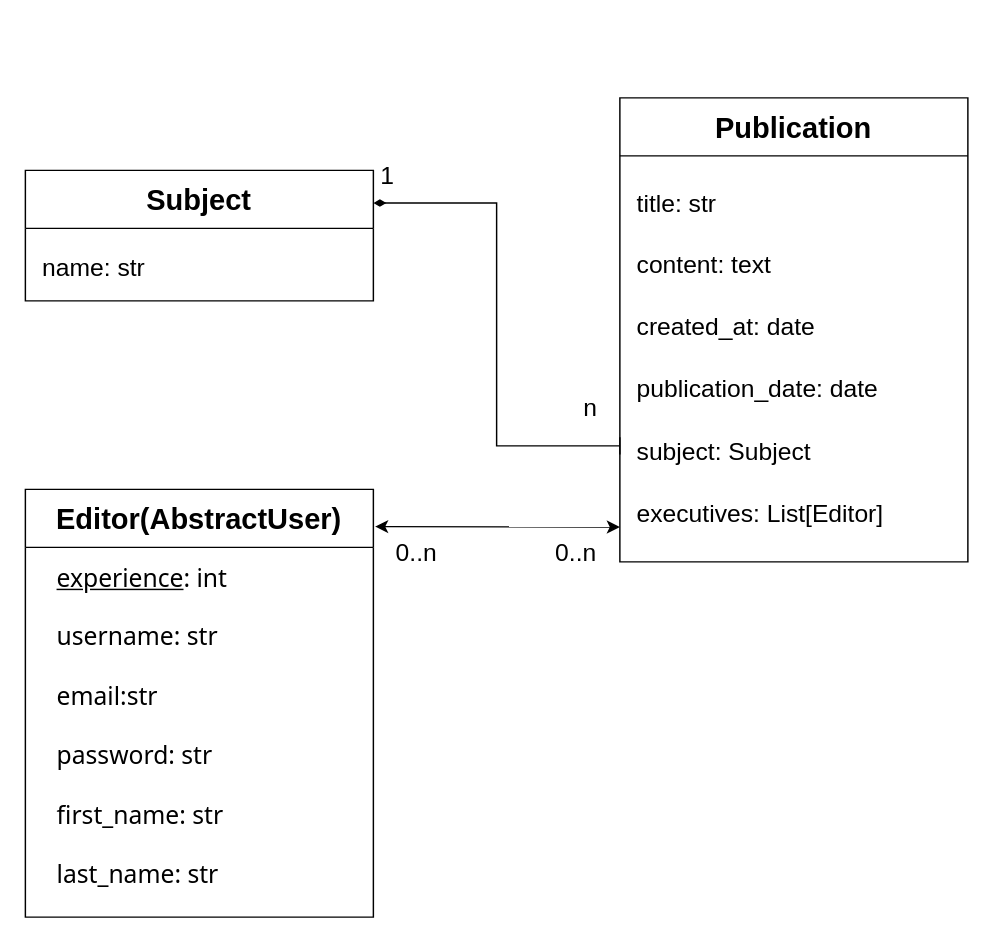
This is news_agency_manager_diagram.drawio from julia4406/news-agency-manager, a draw.io file, before an edit. Source tidied: cells renumbered, new cells numbered last; positions are measured from the earlier drawing's top-left corner, leaving out a move shared by most shapes. Both pictures are drawn from the tidied source at 145%, with x=0, y=0 at pixel (25, 97).
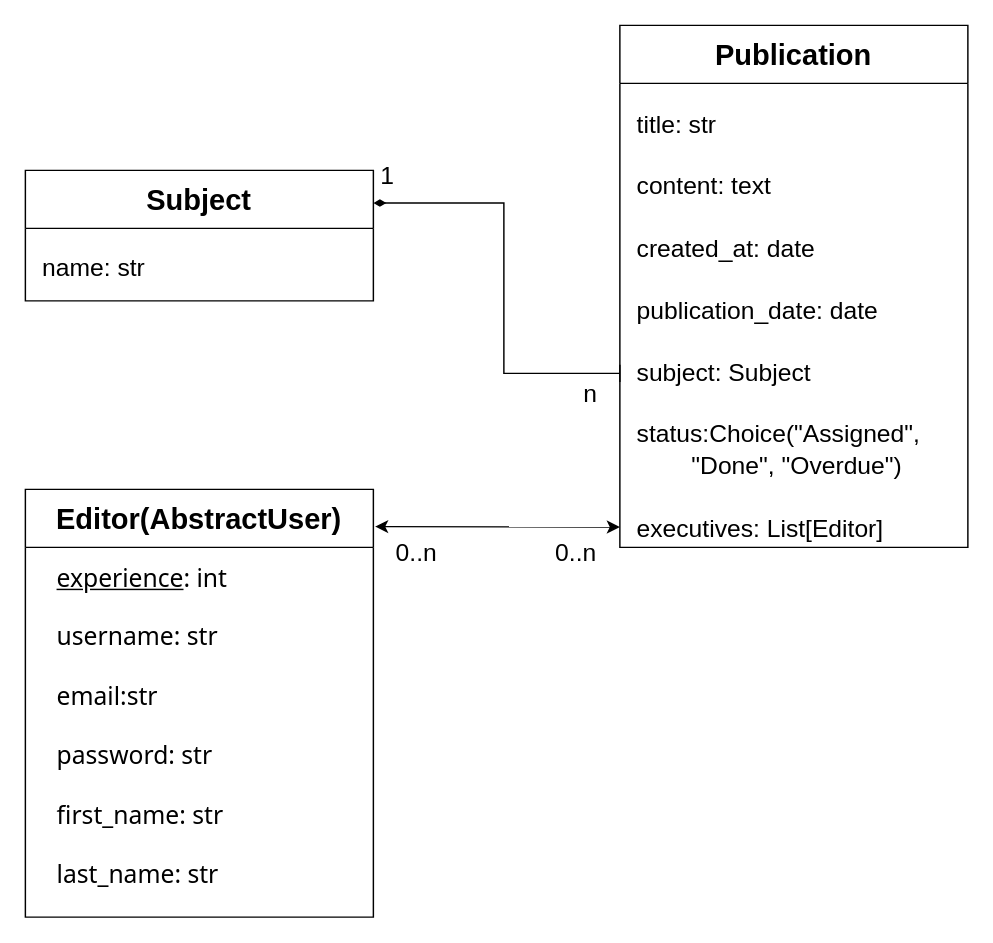
After the change.

The edit, as a diff of the source:
```diff
@@
 <mxGraphModel>
   <root>
     <mxCell id="0" />
     <mxCell id="1" parent="0" />
     <mxCell id="2" value="&lt;font style=&quot;font-size: 20px;&quot;&gt;Publication&lt;/font&gt;" style="swimlane;whiteSpace=wrap;html=1;fontSize=15;startSize=40;" parent="1" vertex="1">
-      <mxGeometry x="410" width="240" height="320" as="geometry" />
+      <mxGeometry x="410" y="-50" width="240" height="360" as="geometry" />
     </mxCell>
-    <mxCell id="3" value="&lt;div align=&quot;left&quot;&gt;&lt;font face=&quot;Helvetica&quot;&gt;title: str&lt;br&gt;&lt;br&gt;&lt;/font&gt;&lt;/div&gt;&lt;div align=&quot;left&quot;&gt;&lt;font face=&quot;Helvetica&quot;&gt;content: text&lt;br&gt;&lt;br&gt;created_at: date&lt;/font&gt;&lt;/div&gt;&lt;div align=&quot;left&quot;&gt;&lt;font face=&quot;Helvetica&quot;&gt;&lt;br&gt;&lt;/font&gt;&lt;/div&gt;&lt;div align=&quot;left&quot;&gt;&lt;font face=&quot;Helvetica&quot;&gt;publication_date: date&lt;br&gt;&lt;br&gt;subject: Subject&lt;br&gt;&lt;br&gt;executives: List[Editor]&lt;/font&gt;&lt;/div&gt;" style="text;html=1;align=left;verticalAlign=bottom;strokeColor=none;fillColor=none;fontSize=17;horizontal=1;fontFamily=Tahoma;" parent="2" vertex="1">
-      <mxGeometry x="10" y="40" width="190" height="260" as="geometry" />
+    <mxCell id="3" value="&lt;div align=&quot;left&quot;&gt;&lt;font face=&quot;Helvetica&quot;&gt;title: str&lt;br&gt;&lt;br&gt;&lt;/font&gt;&lt;/div&gt;&lt;div align=&quot;left&quot;&gt;&lt;font face=&quot;Helvetica&quot;&gt;content: text&lt;br&gt;&lt;br&gt;created_at: date&lt;/font&gt;&lt;/div&gt;&lt;div align=&quot;left&quot;&gt;&lt;font face=&quot;Helvetica&quot;&gt;&lt;br&gt;&lt;/font&gt;&lt;/div&gt;&lt;div align=&quot;left&quot;&gt;&lt;font face=&quot;Helvetica&quot;&gt;publication_date: date&lt;br&gt;&lt;br&gt;subject: Subject&lt;/font&gt;&lt;/div&gt;&lt;div align=&quot;left&quot;&gt;&lt;font face=&quot;Helvetica&quot;&gt;&lt;br&gt;&lt;/font&gt;&lt;/div&gt;&lt;div align=&quot;left&quot;&gt;&lt;font face=&quot;Helvetica&quot;&gt;status:Choice(&quot;Assigned&quot;,&lt;/font&gt;&lt;/div&gt;&lt;div align=&quot;left&quot;&gt;&lt;font face=&quot;Helvetica&quot;&gt;&lt;span style=&quot;white-space: pre;&quot;&gt;&#9;&lt;/span&gt;&quot;Done&quot;, &quot;Overdue&quot;)&lt;br&gt;&lt;br&gt;executives: List[Editor]&lt;/font&gt;&lt;/div&gt;" style="text;html=1;align=left;verticalAlign=bottom;strokeColor=none;fillColor=none;fontSize=17;horizontal=1;fontFamily=Tahoma;" parent="2" vertex="1">
+      <mxGeometry x="10" y="40" width="220" height="320" as="geometry" />
     </mxCell>
     <mxCell id="4" value="&lt;font style=&quot;font-size: 20px;&quot;&gt;Editor(AbstractUser)&lt;/font&gt;" style="swimlane;whiteSpace=wrap;html=1;fontSize=15;startSize=40;" parent="1" vertex="1">
       <mxGeometry y="270" width="240" height="295" as="geometry" />
     </mxCell>
     <mxCell id="5" value="&lt;div&gt;&lt;u&gt;experience&lt;/u&gt;: int&lt;/div&gt;&lt;div&gt;&lt;br&gt;&lt;/div&gt;&lt;div&gt;username: str&lt;/div&gt;&lt;div&gt;&lt;br&gt;&lt;/div&gt;&lt;div&gt;email:str&lt;/div&gt;&lt;div&gt;&lt;br&gt;&lt;/div&gt;&lt;div&gt;password: str&lt;/div&gt;&lt;div&gt;&lt;br&gt;&lt;/div&gt;&lt;div&gt;first_name: str&lt;/div&gt;&lt;div&gt;&lt;br&gt;&lt;/div&gt;&lt;div&gt;last_name: str&lt;/div&gt;" style="text;html=1;align=left;verticalAlign=bottom;strokeColor=none;fillColor=none;fontSize=17;horizontal=1;fontFamily=Tahoma;" parent="4" vertex="1">
       <mxGeometry x="20" y="38" width="130" height="240" as="geometry" />
     </mxCell>
-    <mxCell id="6" style="edgeStyle=orthogonalEdgeStyle;rounded=0;jettySize=auto;html=1;exitX=1;exitY=0.25;exitDx=0;exitDy=0;entryX=0;entryY=0.75;entryDx=0;entryDy=0;strokeWidth=1;startArrow=diamondThin;startFill=1;targetPerimeterSpacing=11;sourcePerimeterSpacing=5;endArrow=baseDash;endFill=0;jumpSize=6;endSize=10;" parent="1" edge="1" source="7" target="2">
-      <mxGeometry relative="1" as="geometry" />
+    <mxCell id="6" style="edgeStyle=orthogonalEdgeStyle;rounded=0;jettySize=auto;html=1;exitX=1;exitY=0.25;exitDx=0;exitDy=0;strokeWidth=1;startArrow=diamondThin;startFill=1;targetPerimeterSpacing=11;sourcePerimeterSpacing=5;endArrow=baseDash;endFill=0;jumpSize=6;endSize=10;" parent="1" edge="1" source="7">
+      <mxGeometry relative="1" as="geometry">
+        <mxPoint x="410" y="190" as="targetPoint" />
+        <Array as="points">
+          <mxPoint x="330" y="73" />
+          <mxPoint x="330" y="190" />
+        </Array>
+      </mxGeometry>
     </mxCell>
     <mxCell id="7" value="Subject" style="swimlane;whiteSpace=wrap;html=1;fontSize=20;startSize=40;" parent="1" vertex="1">
       <mxGeometry y="50" width="240" height="90" as="geometry" />
     </mxCell>
     <mxCell id="8" value="&lt;div align=&quot;left&quot;&gt;&lt;font face=&quot;Helvetica&quot;&gt;name: str&lt;/font&gt;&lt;/div&gt;" style="text;html=1;align=left;verticalAlign=bottom;strokeColor=none;fillColor=none;fontSize=17;horizontal=1;fontFamily=Tahoma;" parent="7" vertex="1">
       <mxGeometry x="10" y="50" width="90" height="30" as="geometry" />
     </mxCell>
     <mxCell id="9" value="&lt;font style=&quot;font-size: 17px;&quot;&gt;1&lt;/font&gt;" style="text;strokeColor=none;align=center;fillColor=none;html=1;verticalAlign=middle;whiteSpace=wrap;rounded=0;" parent="1" vertex="1">
       <mxGeometry x="220" y="40" width="60" height="30" as="geometry" />
     </mxCell>
     <mxCell id="10" style="endArrow=classic;startArrow=classic;html=1;rounded=0;exitX=1.005;exitY=0.087;exitDx=0;exitDy=0;exitPerimeter=0;" parent="1" edge="1" source="4">
       <mxGeometry relative="1" as="geometry">
         <mxPoint x="410" y="296" as="targetPoint" />
       </mxGeometry>
     </mxCell>
     <mxCell id="11" value="&lt;font style=&quot;font-size: 17px;&quot;&gt;0..n&lt;/font&gt;" style="text;strokeColor=none;align=center;fillColor=none;html=1;verticalAlign=middle;whiteSpace=wrap;rounded=0;" parent="1" vertex="1">
       <mxGeometry x="240" y="300" width="60" height="30" as="geometry" />
     </mxCell>
     <mxCell id="12" value="&lt;font style=&quot;font-size: 17px;&quot;&gt;0..n&lt;/font&gt;" style="text;strokeColor=none;align=center;fillColor=none;html=1;verticalAlign=middle;whiteSpace=wrap;rounded=0;" parent="1" vertex="1">
       <mxGeometry x="350" y="300" width="60" height="30" as="geometry" />
     </mxCell>
     <mxCell id="13" value="&lt;font style=&quot;font-size: 17px;&quot;&gt;n&lt;/font&gt;" style="text;strokeColor=none;align=center;fillColor=none;html=1;verticalAlign=middle;whiteSpace=wrap;rounded=0;" parent="1" vertex="1">
-      <mxGeometry x="360" y="200" width="60" height="30" as="geometry" />
+      <mxGeometry x="360" y="190" width="60" height="30" as="geometry" />
     </mxCell>
   </root>
 </mxGraphModel>
```
